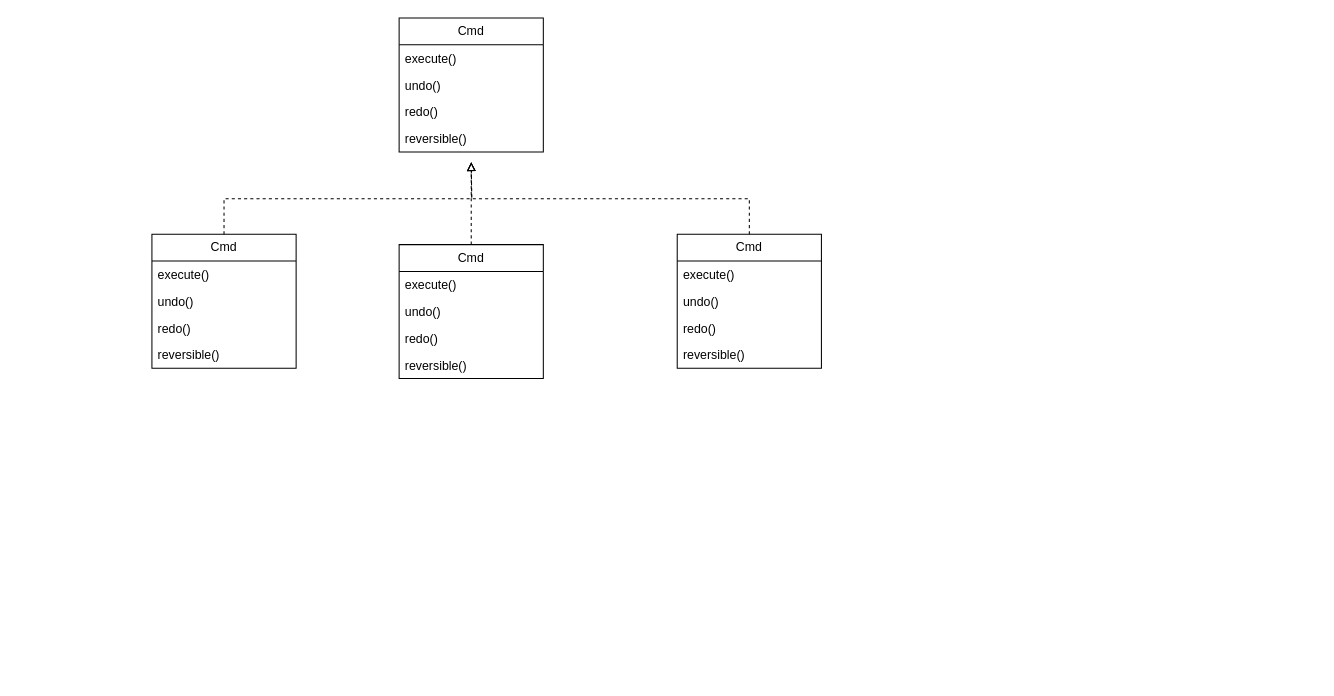
Before: HW2_DesignPattern.drawio in VoHoAnhTuan/Diagrams, a draw.io diagram. Source tidied: cells renumbered, new cells numbered last; positions are measured from the earlier drawing's top-left corner, leaving out a move shared by most shapes. Both pictures are drawn from the tidied source at 103%, with x=0, y=0 at pixel (151, 18).
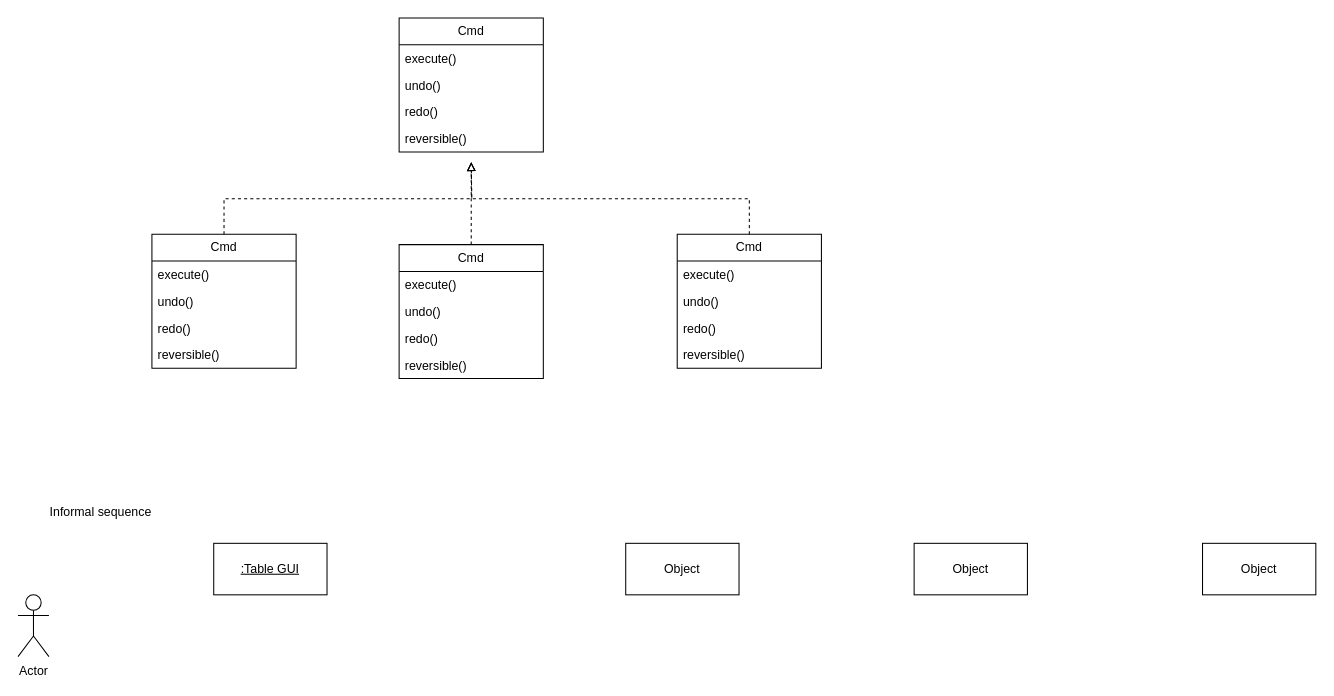
The same page after the edit.

What changed in the source:
```diff
@@
+    <mxCell id="25" value="&lt;div&gt;Informal sequence&lt;/div&gt;" style="text;html=1;align=center;verticalAlign=middle;strokeColor=none;fillColor=none;" parent="1" vertex="1">
+      <mxGeometry x="-110" y="465" width="120" height="30" as="geometry" />
+    </mxCell>
+    <mxCell id="26" value="Actor" style="shape=umlActor;verticalLabelPosition=bottom;verticalAlign=top;html=1;" parent="1" vertex="1">
+      <mxGeometry x="-130" y="560" width="30" height="60" as="geometry" />
+    </mxCell>
+    <mxCell id="27" value="&lt;u&gt;:Table GUI&lt;br&gt;&lt;/u&gt;" style="html=1;whiteSpace=wrap;" parent="1" vertex="1">
+      <mxGeometry x="60" y="510" width="110" height="50" as="geometry" />
+    </mxCell>
+    <mxCell id="28" value="Object" style="html=1;whiteSpace=wrap;" parent="1" vertex="1">
+      <mxGeometry x="460" y="510" width="110" height="50" as="geometry" />
+    </mxCell>
+    <mxCell id="29" value="Object" style="html=1;whiteSpace=wrap;" parent="1" vertex="1">
+      <mxGeometry x="740" y="510" width="110" height="50" as="geometry" />
+    </mxCell>
+    <mxCell id="30" value="Object" style="html=1;whiteSpace=wrap;" parent="1" vertex="1">
+      <mxGeometry x="1020" y="510" width="110" height="50" as="geometry" />
+    </mxCell>
```
